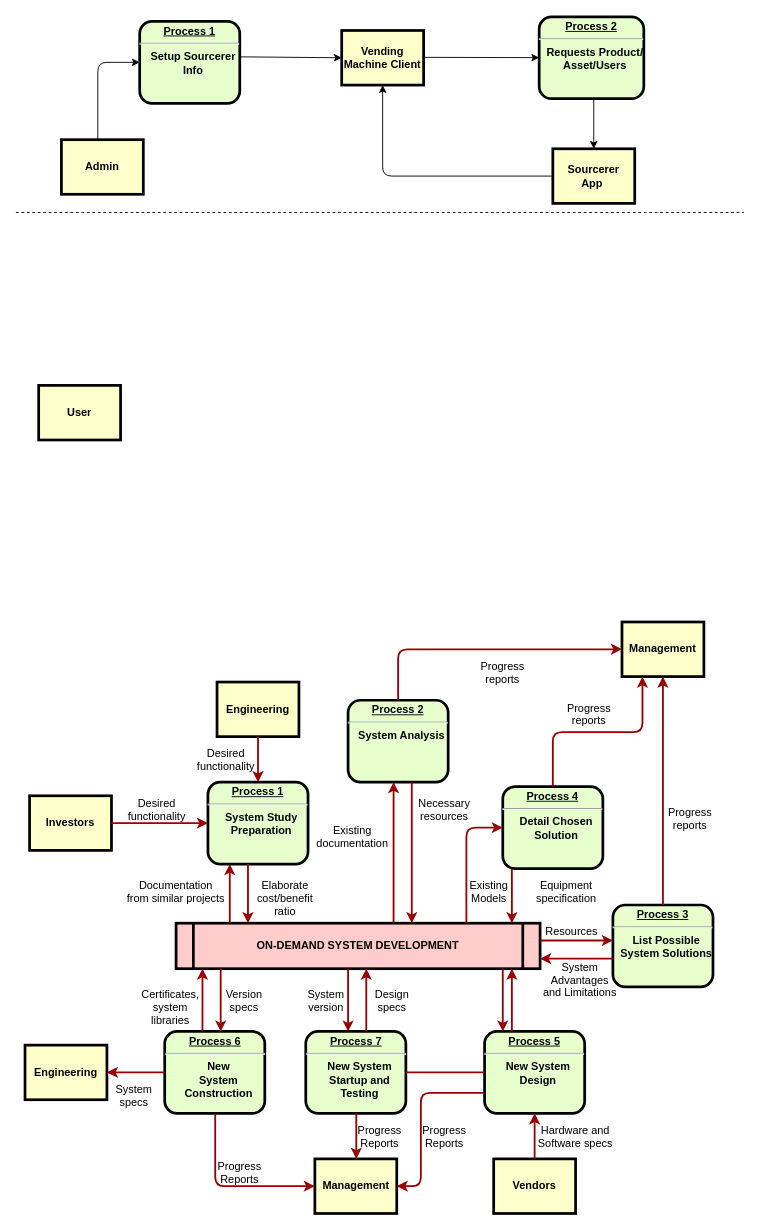
Earlier version of the draw.io diagram Untitled Diagram.drawio (ishrikanth/graphql). Source tidied: cells renumbered, new cells numbered last; positions are measured from the earlier drawing's top-left corner, leaving out a move shared by most shapes. Both pictures are drawn from the tidied source at 91%, with x=0, y=0 at pixel (15, 16).
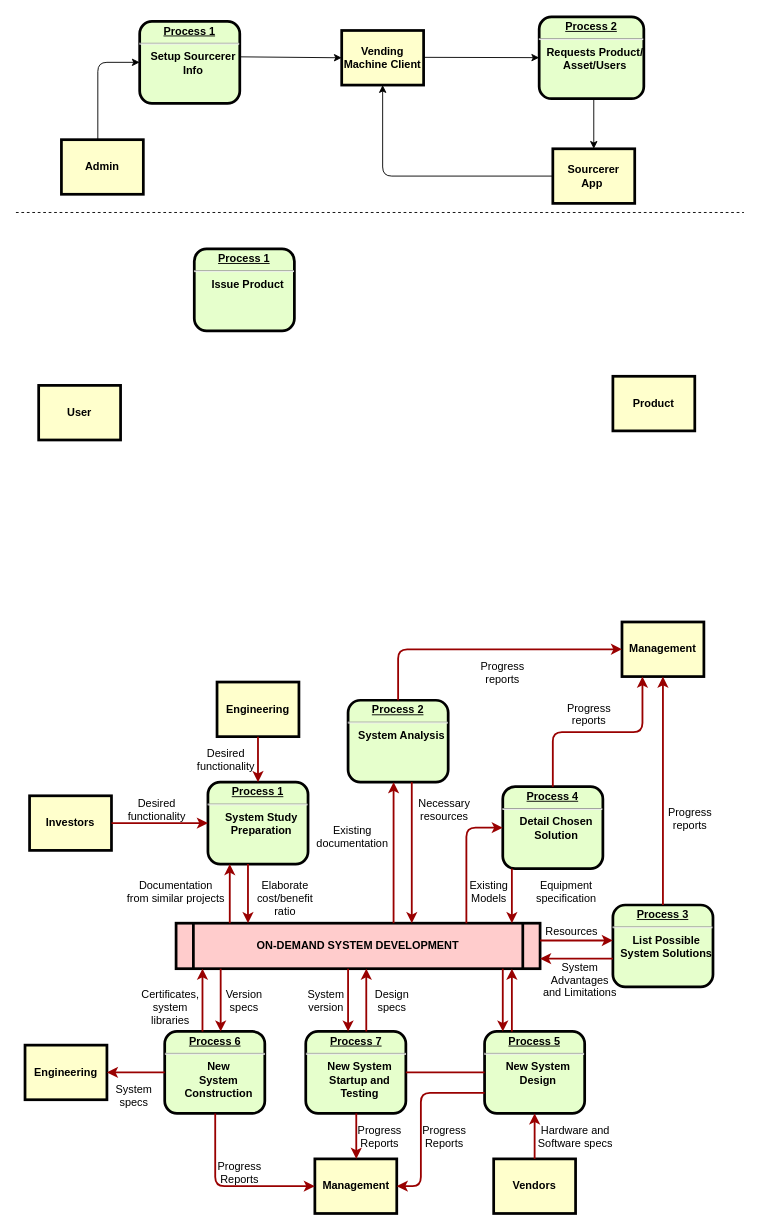
The same page after the edit.

Commit message:
Data Flow Daiagram.drawio

Diff of the diagram source:
```diff
@@
+    <mxCell id="75" value="&lt;p style=&quot;margin: 0px ; margin-top: 4px ; text-align: center ; text-decoration: underline&quot;&gt;&lt;strong&gt;Process 1&lt;br&gt;&lt;/strong&gt;&lt;/p&gt;&lt;hr&gt;&lt;p style=&quot;margin: 0px ; margin-left: 8px&quot;&gt;Issue Product&lt;/p&gt;" style="verticalAlign=middle;align=center;overflow=fill;fontSize=12;fontFamily=Helvetica;html=1;rounded=1;fontStyle=1;strokeWidth=3;fillColor=#E6FFCC;" parent="1" vertex="1">
+      <mxGeometry x="196" y="255" width="110" height="90" as="geometry" />
+    </mxCell>
+    <mxCell id="76" value="Product" style="whiteSpace=wrap;align=center;verticalAlign=middle;fontStyle=1;strokeWidth=3;fillColor=#FFFFCC;" parent="1" vertex="1">
+      <mxGeometry x="656" y="395" width="90" height="60" as="geometry" />
+    </mxCell>
```
